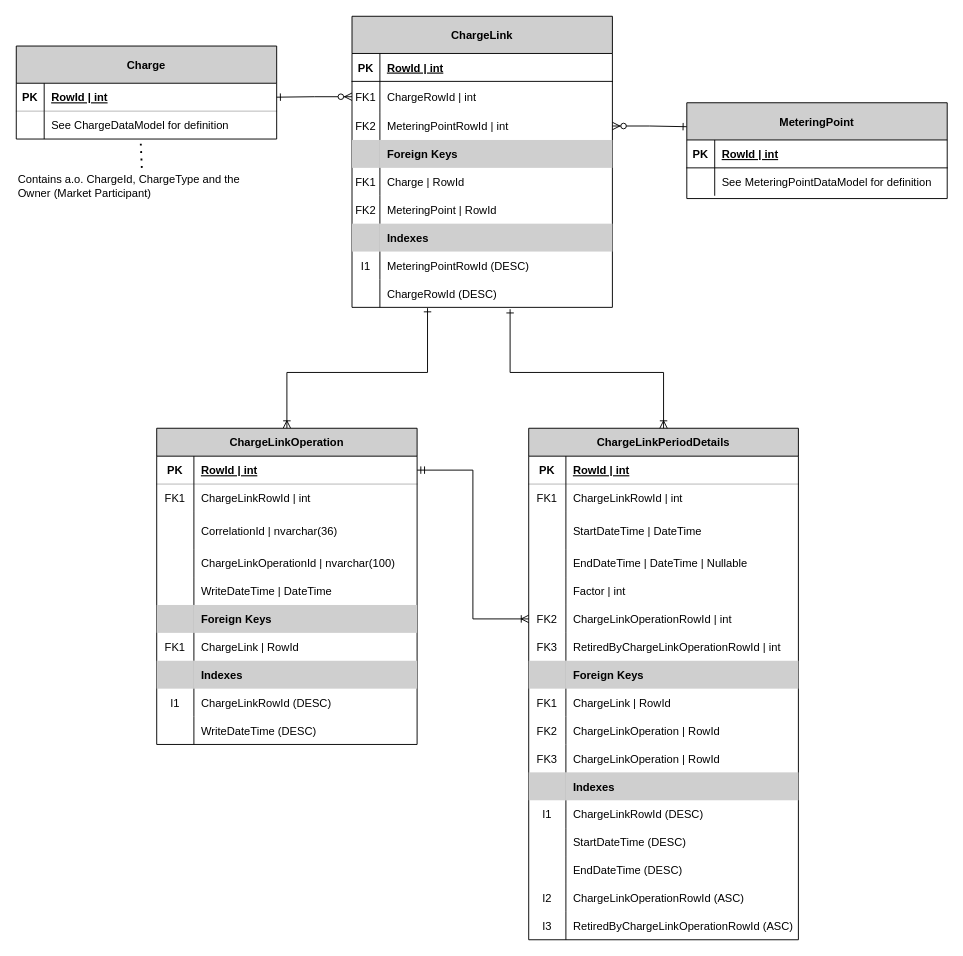
This is docs/data-models/ChargeLinkDataModel.drawio from Energinet-DataHub/ARCHIVED-geh-charges, a draw.io file, before an edit. Source tidied: cells renumbered, new cells numbered last; positions are measured from the earlier drawing's top-left corner, leaving out a move shared by most shapes. Both pictures are drawn from the tidied source at 93%, with x=0, y=0 at pixel (16, 16).
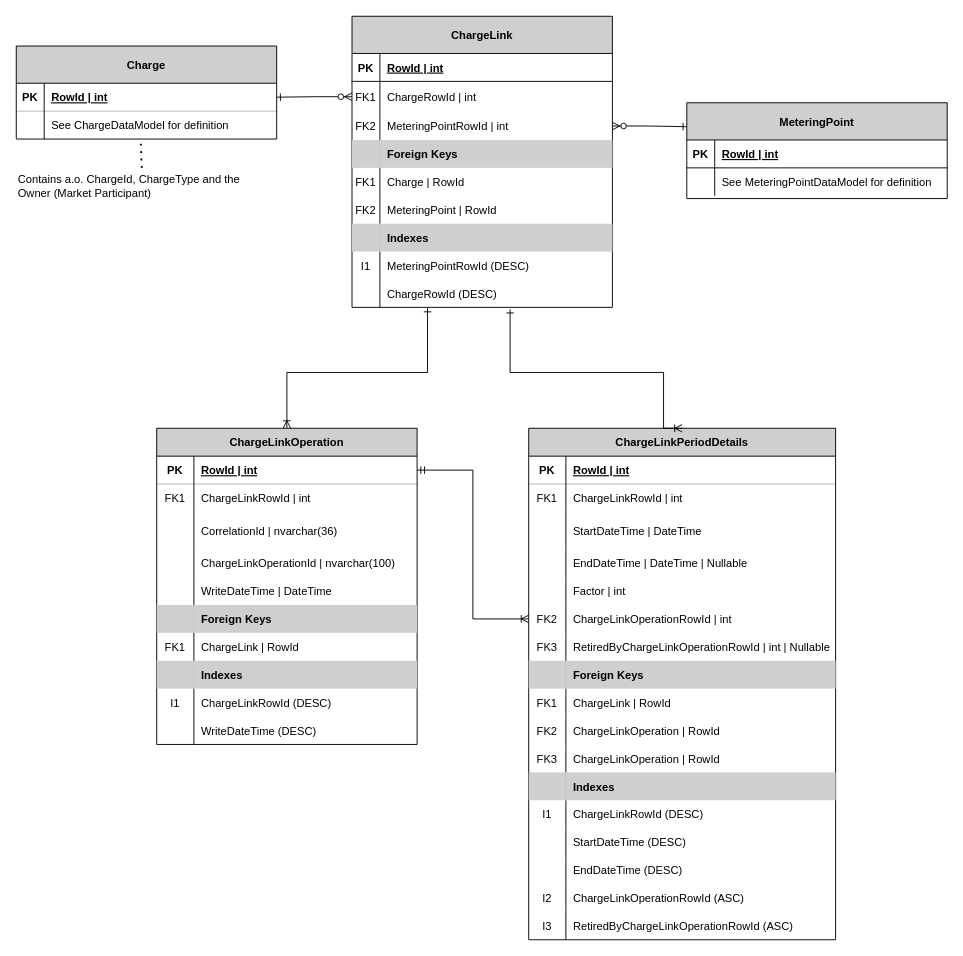
Above is the later version.

Commit message (it also covers changes not shown here):
Added Nullable to RetiredByChargeLinkOp in data model

Change to the diagram source:
```diff
@@
     <mxCell id="78" value="ChargeLinkPeriodDetails" style="shape=table;startSize=30;childLayout=tableLayout;rowLines=0;fontStyle=1;align=center;fillColor=#CFCFCF;" parent="1" vertex="1">
-      <mxGeometry x="551" y="443" width="290" height="550" as="geometry" />
+      <mxGeometry x="551" y="443" width="330" height="550" as="geometry" />
     </mxCell>
     <mxCell id="79" style="shape=partialRectangle;fillColor=none;top=0;left=0;bottom=1;right=0;textOpacity=30;opacity=30;" parent="78" vertex="1">
-      <mxGeometry y="30" width="290" height="30" as="geometry" />
+      <mxGeometry y="30" width="330" height="30" as="geometry" />
     </mxCell>
@@
     <mxCell id="81" value="RowId | int" style="shape=partialRectangle;fillColor=none;top=0;left=0;bottom=0;right=0;align=left;spacingLeft=6;fontStyle=5;overflow=hidden;opacity=30;" parent="79" vertex="1">
-      <mxGeometry x="40" width="250" height="30" as="geometry" />
+      <mxGeometry x="40" width="290" height="30" as="geometry" />
     </mxCell>
     <mxCell id="82" style="shape=partialRectangle;fillColor=none;top=0;left=0;bottom=0;right=0;textOpacity=30;opacity=30;" parent="78" vertex="1">
-      <mxGeometry y="60" width="290" height="30" as="geometry" />
+      <mxGeometry y="60" width="330" height="30" as="geometry" />
     </mxCell>
@@
     <mxCell id="84" value="ChargeLinkRowId | int" style="shape=partialRectangle;fillColor=none;top=0;left=0;bottom=0;right=0;align=left;spacingLeft=6;overflow=hidden;opacity=30;" parent="82" vertex="1">
-      <mxGeometry x="40" width="250" height="30" as="geometry" />
+      <mxGeometry x="40" width="290" height="30" as="geometry" />
     </mxCell>
     <mxCell id="85" style="shape=partialRectangle;fillColor=none;top=0;left=0;bottom=0;right=0;textOpacity=30;opacity=30;" parent="78" vertex="1">
-      <mxGeometry y="90" width="290" height="40" as="geometry" />
+      <mxGeometry y="90" width="330" height="40" as="geometry" />
     </mxCell>
@@
     <mxCell id="87" value="StartDateTime | DateTime" style="shape=partialRectangle;fillColor=none;top=0;left=0;bottom=0;right=0;align=left;spacingLeft=6;overflow=hidden;opacity=30;" parent="85" vertex="1">
-      <mxGeometry x="40" width="250" height="40" as="geometry" />
+      <mxGeometry x="40" width="290" height="40" as="geometry" />
     </mxCell>
     <mxCell id="88" style="shape=partialRectangle;fillColor=none;top=0;left=0;bottom=0;right=0;textOpacity=30;opacity=30;" parent="78" vertex="1">
-      <mxGeometry y="130" width="290" height="30" as="geometry" />
+      <mxGeometry y="130" width="330" height="30" as="geometry" />
     </mxCell>
@@
     <mxCell id="90" value="EndDateTime | DateTime | Nullable" style="shape=partialRectangle;fillColor=none;top=0;left=0;bottom=0;right=0;align=left;spacingLeft=6;overflow=hidden;opacity=30;" parent="88" vertex="1">
-      <mxGeometry x="40" width="250" height="30" as="geometry" />
+      <mxGeometry x="40" width="290" height="30" as="geometry" />
     </mxCell>
     <mxCell id="91" style="shape=partialRectangle;fillColor=none;top=0;left=0;bottom=0;right=0;textOpacity=30;opacity=30;" parent="78" vertex="1">
-      <mxGeometry y="160" width="290" height="30" as="geometry" />
+      <mxGeometry y="160" width="330" height="30" as="geometry" />
     </mxCell>
@@
     <mxCell id="93" value="Factor | int" style="shape=partialRectangle;fillColor=none;top=0;left=0;bottom=0;right=0;align=left;spacingLeft=6;overflow=hidden;opacity=30;" parent="91" vertex="1">
-      <mxGeometry x="40" width="250" height="30" as="geometry" />
+      <mxGeometry x="40" width="290" height="30" as="geometry" />
     </mxCell>
     <mxCell id="94" style="shape=partialRectangle;fillColor=none;top=0;left=0;bottom=0;right=0;points=[[0,0.5],[1,0.5]];portConstraint=eastwest;fontStyle=1;textOpacity=30;opacity=30;" parent="78" vertex="1">
-      <mxGeometry y="190" width="290" height="30" as="geometry" />
+      <mxGeometry y="190" width="330" height="30" as="geometry" />
     </mxCell>
@@
     <mxCell id="96" value="ChargeLinkOperationRowId | int" style="shape=partialRectangle;top=0;left=0;bottom=0;right=0;align=left;spacingLeft=6;overflow=hidden;fontStyle=0;opacity=30;fillColor=none;" parent="94" vertex="1">
-      <mxGeometry x="40" width="250" height="30" as="geometry" />
+      <mxGeometry x="40" width="290" height="30" as="geometry" />
     </mxCell>
     <mxCell id="97" style="shape=partialRectangle;fillColor=none;top=0;left=0;bottom=0;right=0;fontStyle=1;textOpacity=30;opacity=30;" parent="78" vertex="1">
-      <mxGeometry y="220" width="290" height="30" as="geometry" />
+      <mxGeometry y="220" width="330" height="30" as="geometry" />
     </mxCell>
@@
-    <mxCell id="99" value="RetiredByChargeLinkOperationRowId | int" style="shape=partialRectangle;top=0;left=0;bottom=0;right=0;align=left;spacingLeft=6;overflow=hidden;fontStyle=0;strokeColor=#d6b656;fillColor=none;" parent="97" vertex="1">
-      <mxGeometry x="40" width="250" height="30" as="geometry" />
+    <mxCell id="99" value="RetiredByChargeLinkOperationRowId | int | Nullable" style="shape=partialRectangle;top=0;left=0;bottom=0;right=0;align=left;spacingLeft=6;overflow=hidden;fontStyle=0;strokeColor=#d6b656;fillColor=none;" parent="97" vertex="1">
+      <mxGeometry x="40" width="290" height="30" as="geometry" />
     </mxCell>
     <mxCell id="100" style="shape=partialRectangle;fillColor=none;top=0;left=0;bottom=0;right=0;fontStyle=1;textOpacity=30;opacity=30;" parent="78" vertex="1">
-      <mxGeometry y="250" width="290" height="30" as="geometry" />
+      <mxGeometry y="250" width="330" height="30" as="geometry" />
     </mxCell>
@@
     <mxCell id="102" value="Foreign Keys" style="shape=partialRectangle;top=0;left=0;bottom=0;right=0;align=left;spacingLeft=6;overflow=hidden;fontStyle=1;fillColor=#CFCFCF;" parent="100" vertex="1">
-      <mxGeometry x="40" width="250" height="30" as="geometry" />
+      <mxGeometry x="40" width="290" height="30" as="geometry" />
     </mxCell>
     <mxCell id="103" style="shape=partialRectangle;fillColor=none;top=0;left=0;bottom=0;right=0;textOpacity=30;opacity=30;" parent="78" vertex="1">
-      <mxGeometry y="280" width="290" height="30" as="geometry" />
+      <mxGeometry y="280" width="330" height="30" as="geometry" />
     </mxCell>
@@
     <mxCell id="105" value="ChargeLink | RowId" style="shape=partialRectangle;fillColor=none;top=0;left=0;bottom=0;right=0;align=left;spacingLeft=6;overflow=hidden;opacity=30;" parent="103" vertex="1">
-      <mxGeometry x="40" width="250" height="30" as="geometry" />
+      <mxGeometry x="40" width="290" height="30" as="geometry" />
     </mxCell>
     <mxCell id="106" style="shape=partialRectangle;fillColor=none;top=0;left=0;bottom=0;right=0;textOpacity=30;opacity=30;" parent="78" vertex="1">
-      <mxGeometry y="310" width="290" height="30" as="geometry" />
+      <mxGeometry y="310" width="330" height="30" as="geometry" />
     </mxCell>
@@
     <mxCell id="108" value="ChargeLinkOperation | RowId" style="shape=partialRectangle;fillColor=none;top=0;left=0;bottom=0;right=0;align=left;spacingLeft=6;overflow=hidden;opacity=30;" parent="106" vertex="1">
-      <mxGeometry x="40" width="250" height="30" as="geometry" />
+      <mxGeometry x="40" width="290" height="30" as="geometry" />
     </mxCell>
     <mxCell id="109" style="shape=partialRectangle;fillColor=none;top=0;left=0;bottom=0;right=0;textOpacity=30;opacity=30;" parent="78" vertex="1">
-      <mxGeometry y="340" width="290" height="30" as="geometry" />
+      <mxGeometry y="340" width="330" height="30" as="geometry" />
     </mxCell>
@@
     <mxCell id="111" value="ChargeLinkOperation | RowId" style="shape=partialRectangle;fillColor=none;top=0;left=0;bottom=0;right=0;align=left;spacingLeft=6;overflow=hidden;opacity=30;" parent="109" vertex="1">
-      <mxGeometry x="40" width="250" height="30" as="geometry" />
+      <mxGeometry x="40" width="290" height="30" as="geometry" />
     </mxCell>
     <mxCell id="112" style="shape=partialRectangle;fillColor=none;top=0;left=0;bottom=0;right=0;textOpacity=30;opacity=30;" parent="78" vertex="1">
-      <mxGeometry y="370" width="290" height="30" as="geometry" />
+      <mxGeometry y="370" width="330" height="30" as="geometry" />
     </mxCell>
@@
     <mxCell id="114" value="Indexes" style="shape=partialRectangle;top=0;left=0;bottom=0;right=0;align=left;spacingLeft=6;overflow=hidden;fillColor=#CFCFCF;fontStyle=1;" parent="112" vertex="1">
-      <mxGeometry x="40" width="250" height="30" as="geometry" />
+      <mxGeometry x="40" width="290" height="30" as="geometry" />
     </mxCell>
     <mxCell id="115" style="shape=partialRectangle;fillColor=none;top=0;left=0;bottom=0;right=0;textOpacity=30;opacity=30;" parent="78" vertex="1">
-      <mxGeometry y="400" width="290" height="30" as="geometry" />
+      <mxGeometry y="400" width="330" height="30" as="geometry" />
     </mxCell>
@@
     <mxCell id="117" value="ChargeLinkRowId (DESC)" style="shape=partialRectangle;fillColor=none;top=0;left=0;bottom=0;right=0;align=left;spacingLeft=6;overflow=hidden;opacity=30;" parent="115" vertex="1">
-      <mxGeometry x="40" width="250" height="30" as="geometry" />
+      <mxGeometry x="40" width="290" height="30" as="geometry" />
     </mxCell>
     <mxCell id="118" style="shape=partialRectangle;fillColor=none;top=0;left=0;bottom=0;right=0;textOpacity=30;opacity=30;" parent="78" vertex="1">
-      <mxGeometry y="430" width="290" height="30" as="geometry" />
+      <mxGeometry y="430" width="330" height="30" as="geometry" />
     </mxCell>
@@
     <mxCell id="120" value="StartDateTime (DESC)" style="shape=partialRectangle;fillColor=none;top=0;left=0;bottom=0;right=0;align=left;spacingLeft=6;overflow=hidden;opacity=30;" parent="118" vertex="1">
-      <mxGeometry x="40" width="250" height="30" as="geometry" />
+      <mxGeometry x="40" width="290" height="30" as="geometry" />
     </mxCell>
     <mxCell id="121" style="shape=partialRectangle;fillColor=none;top=0;left=0;bottom=0;right=0;textOpacity=30;opacity=30;" parent="78" vertex="1">
-      <mxGeometry y="460" width="290" height="30" as="geometry" />
+      <mxGeometry y="460" width="330" height="30" as="geometry" />
     </mxCell>
@@
     <mxCell id="123" value="EndDateTime (DESC)" style="shape=partialRectangle;fillColor=none;top=0;left=0;bottom=0;right=0;align=left;spacingLeft=6;overflow=hidden;opacity=30;" parent="121" vertex="1">
-      <mxGeometry x="40" width="250" height="30" as="geometry" />
+      <mxGeometry x="40" width="290" height="30" as="geometry" />
     </mxCell>
     <mxCell id="124" style="shape=partialRectangle;fillColor=none;top=0;left=0;bottom=0;right=0;textOpacity=30;opacity=30;" parent="78" vertex="1">
-      <mxGeometry y="490" width="290" height="30" as="geometry" />
+      <mxGeometry y="490" width="330" height="30" as="geometry" />
     </mxCell>
@@
     <mxCell id="126" value="ChargeLinkOperationRowId (ASC)" style="shape=partialRectangle;fillColor=none;top=0;left=0;bottom=0;right=0;align=left;spacingLeft=6;overflow=hidden;opacity=30;" parent="124" vertex="1">
-      <mxGeometry x="40" width="250" height="30" as="geometry" />
+      <mxGeometry x="40" width="290" height="30" as="geometry" />
     </mxCell>
     <mxCell id="127" style="shape=partialRectangle;fillColor=none;top=0;left=0;bottom=0;right=0;textOpacity=30;opacity=30;" parent="78" vertex="1">
-      <mxGeometry y="520" width="290" height="30" as="geometry" />
+      <mxGeometry y="520" width="330" height="30" as="geometry" />
     </mxCell>
@@
     <mxCell id="129" value="RetiredByChargeLinkOperationRowId (ASC)" style="shape=partialRectangle;fillColor=none;top=0;left=0;bottom=0;right=0;align=left;spacingLeft=6;overflow=hidden;opacity=30;" parent="127" vertex="1">
-      <mxGeometry x="40" width="250" height="30" as="geometry" />
+      <mxGeometry x="40" width="290" height="30" as="geometry" />
     </mxCell>
```
